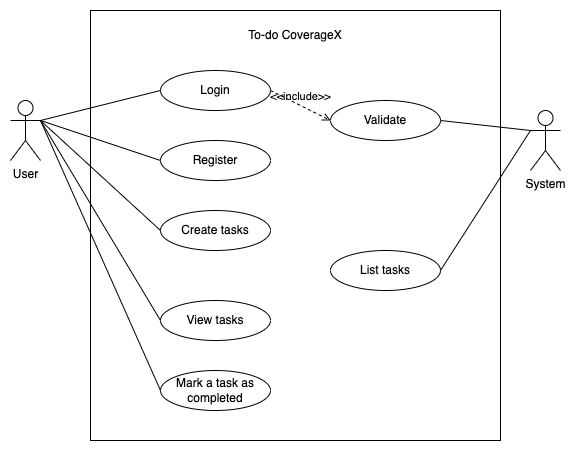
Before: diagrams/Use Case Diagram/Use Case Diagram.png, a diagram exported from draw.io (SajidAhmed0/to-do-tasks-coveragex). Source tidied: cells renumbered, new cells last; positions are measured from the earlier drawing's top-left corner, leaving out a move shared by most shapes.
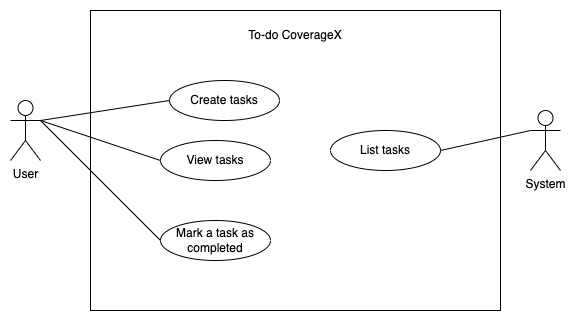
After the commit.

Commit message:
feat(diagram): update diagrams

Change to the diagram source:
```diff
@@ -3,7 +3,7 @@
     <mxCell id="0" />
     <mxCell id="1" parent="0" />
     <mxCell id="2" style="rounded=0;whiteSpace=wrap;html=1;" parent="1" vertex="1">
-      <mxGeometry x="80" width="410" height="430" as="geometry" />
+      <mxGeometry x="80" width="410" height="300" as="geometry" />
     </mxCell>
     <mxCell id="3" value="To-do CoverageX" style="text;html=1;align=center;verticalAlign=middle;whiteSpace=wrap;rounded=0;" parent="1" vertex="1">
       <mxGeometry x="225" y="10" width="120" height="30" as="geometry" />
@@ -14,33 +14,15 @@
     <mxCell id="5" value="System" style="shape=umlActor;verticalLabelPosition=bottom;verticalAlign=top;html=1;outlineConnect=0;" parent="1" vertex="1">
       <mxGeometry x="520" y="100" width="30" height="60" as="geometry" />
     </mxCell>
-    <mxCell id="6" value="Login" style="ellipse;whiteSpace=wrap;html=1;" parent="1" vertex="1">
-      <mxGeometry x="150" y="60" width="110" height="40" as="geometry" />
-    </mxCell>
-    <mxCell id="7" value="Register" style="ellipse;whiteSpace=wrap;html=1;" parent="1" vertex="1">
-      <mxGeometry x="150" y="130" width="110" height="40" as="geometry" />
-    </mxCell>
     <mxCell id="8" value="Create tasks" style="ellipse;whiteSpace=wrap;html=1;" parent="1" vertex="1">
-      <mxGeometry x="150" y="200" width="110" height="40" as="geometry" />
+      <mxGeometry x="159" y="70" width="110" height="40" as="geometry" />
     </mxCell>
     <mxCell id="9" value="View tasks" style="ellipse;whiteSpace=wrap;html=1;" parent="1" vertex="1">
-      <mxGeometry x="150" y="290" width="110" height="40" as="geometry" />
+      <mxGeometry x="150" y="130" width="110" height="40" as="geometry" />
     </mxCell>
     <mxCell id="10" value="List tasks" style="ellipse;whiteSpace=wrap;html=1;" parent="1" vertex="1">
-      <mxGeometry x="320" y="240" width="110" height="40" as="geometry" />
+      <mxGeometry x="320" y="120" width="110" height="40" as="geometry" />
     </mxCell>
-    <mxCell id="11" value="Validate" style="ellipse;whiteSpace=wrap;html=1;" parent="1" vertex="1">
-      <mxGeometry x="320" y="90" width="110" height="40" as="geometry" />
-    </mxCell>
-    <mxCell id="12" value="&amp;lt;&amp;lt;include&amp;gt;&amp;gt;" style="html=1;verticalAlign=bottom;labelBackgroundColor=none;endArrow=open;endFill=0;dashed=1;rounded=0;exitX=1;exitY=0.5;exitDx=0;exitDy=0;entryX=0;entryY=0.5;entryDx=0;entryDy=0;" parent="1" edge="1" source="6" target="11">
-      <mxGeometry relative="1" as="geometry" />
-    </mxCell>
-    <mxCell id="13" style="endArrow=none;html=1;rounded=0;entryX=0;entryY=0.5;entryDx=0;entryDy=0;exitX=1;exitY=0.3333333333333333;exitDx=0;exitDy=0;exitPerimeter=0;" parent="1" edge="1" source="4" target="6">
-      <mxGeometry relative="1" as="geometry" />
-    </mxCell>
-    <mxCell id="14" style="endArrow=none;html=1;rounded=0;entryX=0;entryY=0.5;entryDx=0;entryDy=0;exitX=1;exitY=0.3333333333333333;exitDx=0;exitDy=0;exitPerimeter=0;" parent="1" edge="1" source="4" target="7">
-      <mxGeometry relative="1" as="geometry" />
-    </mxCell>
     <mxCell id="15" style="endArrow=none;html=1;rounded=0;entryX=0;entryY=0.5;entryDx=0;entryDy=0;exitX=1;exitY=0.3333333333333333;exitDx=0;exitDy=0;exitPerimeter=0;" parent="1" edge="1" source="4" target="8">
       <mxGeometry relative="1" as="geometry" />
     </mxCell>
@@ -50,11 +32,8 @@
     <mxCell id="17" style="endArrow=none;html=1;rounded=0;entryX=0;entryY=0.5;entryDx=0;entryDy=0;exitX=1;exitY=0.3333333333333333;exitDx=0;exitDy=0;exitPerimeter=0;" parent="1" edge="1" source="4" target="9">
       <mxGeometry relative="1" as="geometry" />
     </mxCell>
-    <mxCell id="18" style="endArrow=none;html=1;rounded=0;entryX=0;entryY=0.3333333333333333;entryDx=0;entryDy=0;exitX=1;exitY=0.5;exitDx=0;exitDy=0;entryPerimeter=0;" parent="1" edge="1" source="11" target="5">
-      <mxGeometry relative="1" as="geometry" />
-    </mxCell>
     <mxCell id="19" value="Mark a task as completed" style="ellipse;whiteSpace=wrap;html=1;" parent="1" vertex="1">
-      <mxGeometry x="150" y="360" width="110" height="40" as="geometry" />
+      <mxGeometry x="150" y="210" width="110" height="40" as="geometry" />
     </mxCell>
     <mxCell id="20" style="endArrow=none;html=1;rounded=0;entryX=0;entryY=0.5;entryDx=0;entryDy=0;exitX=1;exitY=0.3333333333333333;exitDx=0;exitDy=0;exitPerimeter=0;" parent="1" edge="1" source="4" target="19">
       <mxGeometry relative="1" as="geometry" />
```
